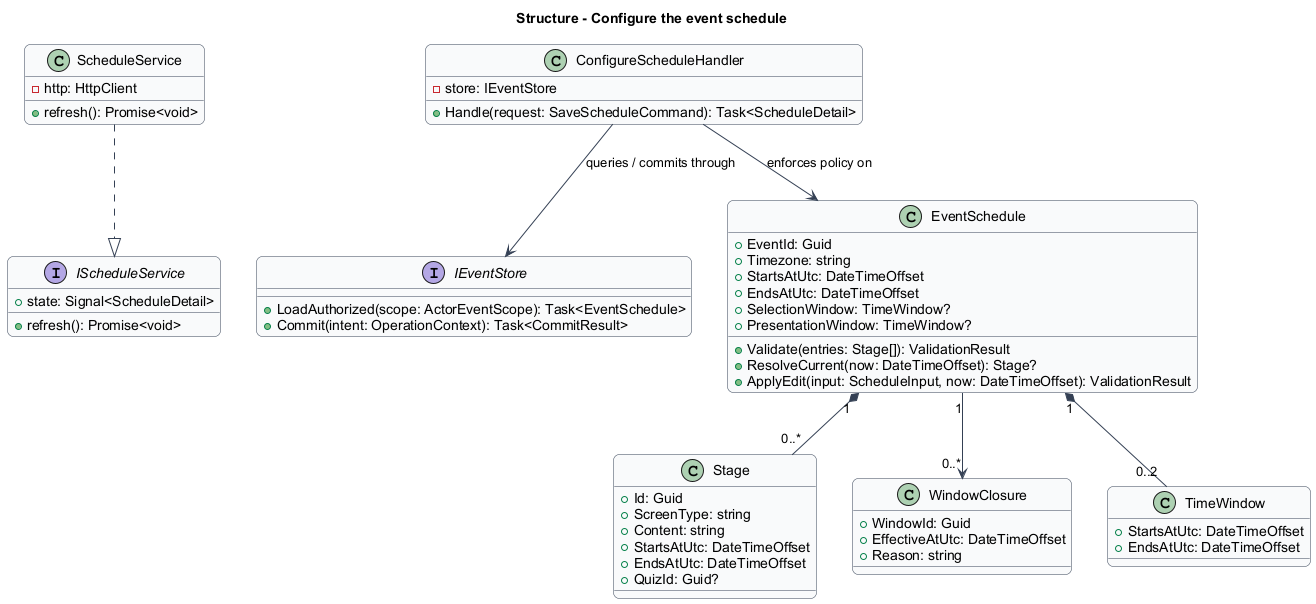
The PlantUML diagram docs/detailed-designs/event-flow/configure-schedule/diagrams/classes.png in QuinntyneBrown/faithtech-toronto-ai-build-event, before a commit.
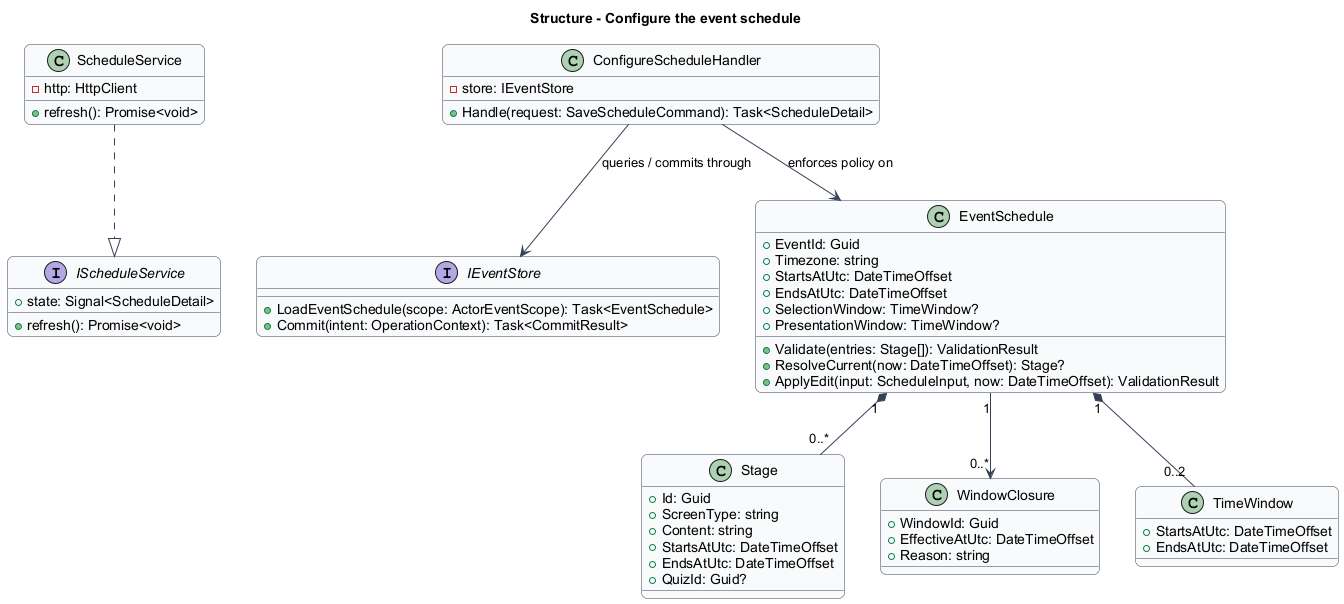
After the commit.

What changed in the source:
```diff
@@ -22,7 +22,7 @@
   +Handle(request: SaveScheduleCommand): Task<ScheduleDetail>
 }
 interface IEventStore {
-  +LoadAuthorized(scope: ActorEventScope): Task<EventSchedule>
+  +LoadEventSchedule(scope: ActorEventScope): Task<EventSchedule>
   +Commit(intent: OperationContext): Task<CommitResult>
 }
 class EventSchedule {
```
